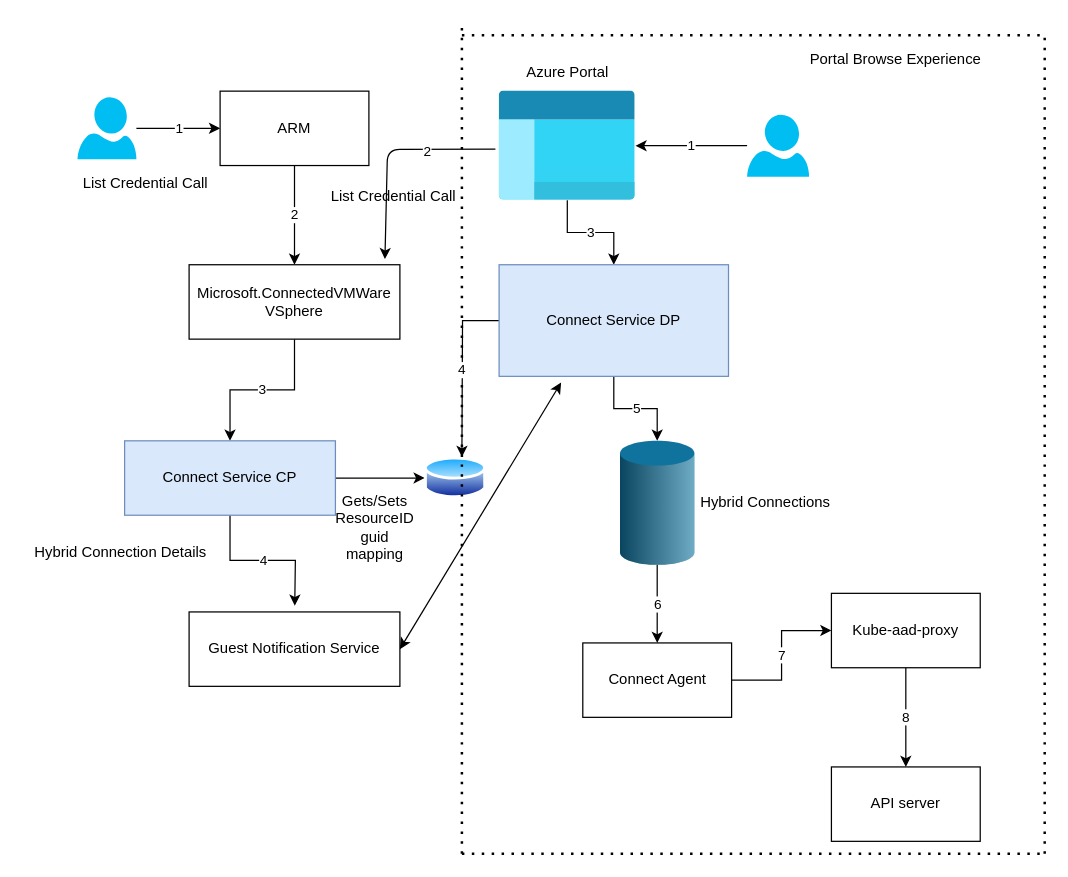
Above: Untitled Diagram.drawio in khandelwalbrijesh/RetentionScript (draw.io), before the change. Source tidied: cells renumbered, new cells numbered last; positions are measured from the earlier drawing's top-left corner, leaving out a move shared by most shapes. Both pictures are drawn from the tidied source at 124%, with x=0, y=0 at pixel (21, 22).
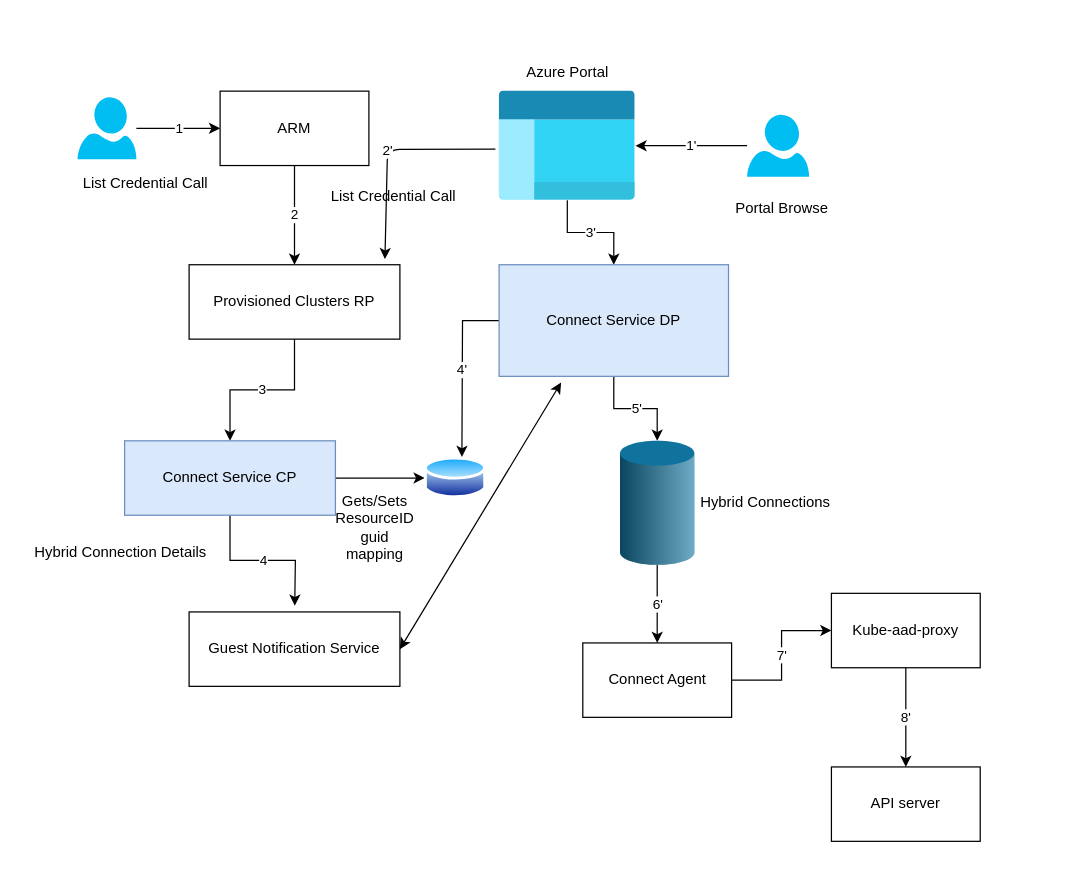
The same diagram, later.

The change refers to these unchanged cells:
```xml
<mxCell id="17" style="html=1;points=[];align=center;image;fontSize=12;image=img/lib/azure2/general/Management_Portal.svg;" parent="1" vertex="1">
  <mxGeometry x="385" y="55" width="110" height="88" as="geometry" />
</mxCell>
<mxCell id="19" style="verticalLabelPosition=bottom;html=1;verticalAlign=top;align=center;strokeColor=none;fillColor=#00BEF2;shape=mxgraph.azure.user;" parent="1" vertex="1">
  <mxGeometry x="585" y="74" width="50" height="50" as="geometry" />
</mxCell>
<mxCell id="30" value="Connect Service DP" style="rounded=0;whiteSpace=wrap;html=1;fillColor=#dae8fc;strokeColor=#6c8ebf;" parent="1" vertex="1">
  <mxGeometry x="385" y="195" width="185" height="90" as="geometry" />
</mxCell>
<mxCell id="32" style="verticalLabelPosition=bottom;verticalAlign=top;html=1;shape=mxgraph.infographic.cylinder;fillColor=#10739E;strokeColor=none;" parent="1" vertex="1">
  <mxGeometry x="482.5" y="337" width="60" height="100" as="geometry" />
</mxCell>
<mxCell id="35" value="Connect Agent" style="rounded=0;whiteSpace=wrap;html=1;" parent="1" vertex="1">
  <mxGeometry x="452.5" y="500" width="120" height="60" as="geometry" />
</mxCell>
<mxCell id="37" value="Kube-aad-proxy" style="rounded=0;whiteSpace=wrap;html=1;" parent="1" vertex="1">
  <mxGeometry x="653" y="460" width="120" height="60" as="geometry" />
</mxCell>
<mxCell id="38" value="API server" style="rounded=0;whiteSpace=wrap;html=1;" parent="1" vertex="1">
  <mxGeometry x="653" y="600" width="120" height="60" as="geometry" />
</mxCell>
```

What changed in the source:
```diff
@@
-    <mxCell id="7" value="Microsoft.ConnectedVMWare VSphere" style="rounded=0;whiteSpace=wrap;html=1;" parent="1" vertex="1">
+    <mxCell id="7" value="Provisioned Clusters RP" style="rounded=0;whiteSpace=wrap;html=1;" parent="1" vertex="1">
       <mxGeometry x="135" y="195" width="170" height="60" as="geometry" />
     </mxCell>
@@
-    <mxCell id="15" value="Portal Browse Experience" style="text;html=1;strokeColor=none;fillColor=none;align=center;verticalAlign=middle;whiteSpace=wrap;rounded=0;" parent="1" vertex="1">
-      <mxGeometry x="585" y="20" width="240" height="20" as="geometry" />
+    <mxCell id="15" value="Portal Browse&amp;nbsp;" style="text;html=1;strokeColor=none;fillColor=none;align=center;verticalAlign=middle;whiteSpace=wrap;rounded=0;" parent="1" vertex="1">
+      <mxGeometry x="495" y="140" width="240" height="20" as="geometry" />
     </mxCell>
-    <mxCell id="16" value="3" style="edgeStyle=orthogonalEdgeStyle;rounded=0;jettySize=auto;html=1;" parent="1" edge="1" source="17" target="30">
+    <mxCell id="16" value="3'" style="edgeStyle=orthogonalEdgeStyle;rounded=0;jettySize=auto;html=1;" parent="1" edge="1" source="17" target="30">
       <mxGeometry relative="1" as="geometry" />
     </mxCell>
@@
-    <mxCell id="18" value="1" style="edgeStyle=orthogonalEdgeStyle;rounded=0;jettySize=auto;html=1;" parent="1" edge="1" source="19" target="17">
+    <mxCell id="18" value="1'" style="edgeStyle=orthogonalEdgeStyle;rounded=0;jettySize=auto;html=1;" parent="1" edge="1" source="19" target="17">
       <mxGeometry relative="1" as="geometry" />
     </mxCell>
@@
-    <mxCell id="20" style="endArrow=classic;html=1;exitX=-0.027;exitY=0.532;exitDx=0;exitDy=0;exitPerimeter=0;entryX=0.929;entryY=-0.076;entryDx=0;entryDy=0;entryPerimeter=0;" parent="1" edge="1" source="17" target="7">
+    <mxCell id="20" value="2'" style="endArrow=classic;html=1;exitX=-0.027;exitY=0.532;exitDx=0;exitDy=0;exitPerimeter=0;entryX=0.929;entryY=-0.076;entryDx=0;entryDy=0;entryPerimeter=0;" parent="1" edge="1" source="17" target="7">
       <mxGeometry relative="1" as="geometry">
         <Array as="points">
           <mxPoint x="295" y="102" />
         </Array>
       </mxGeometry>
     </mxCell>
-    <mxCell id="21" value="2" style="edgeLabel;html=1;align=center;verticalAlign=middle;" parent="20" vertex="1">
-      <mxGeometry x="-0.36" y="2" relative="1" as="geometry" />
-    </mxCell>
@@
-    <mxCell id="24" style="endArrow=none;dashed=1;html=1;dashPattern=1 3;strokeWidth=2;" parent="1" edge="1">
-      <mxGeometry relative="1" as="geometry">
-        <mxPoint x="355" y="670" as="sourcePoint" />
-        <mxPoint x="355" as="targetPoint" />
-        <Array as="points">
-          <mxPoint x="355" y="95" />
-        </Array>
-      </mxGeometry>
-    </mxCell>
-    <mxCell id="25" style="endArrow=none;dashed=1;html=1;dashPattern=1 3;strokeWidth=2;" parent="1" edge="1">
-      <mxGeometry relative="1" as="geometry">
-        <mxPoint x="825" y="670" as="sourcePoint" />
-        <mxPoint x="825" y="10" as="targetPoint" />
-        <Array as="points">
-          <mxPoint x="825" y="95" />
-        </Array>
-      </mxGeometry>
-    </mxCell>
-    <mxCell id="26" style="endArrow=none;dashed=1;html=1;dashPattern=1 3;strokeWidth=2;fontStyle=1;" parent="1" edge="1">
-      <mxGeometry relative="1" as="geometry">
-        <mxPoint x="355" y="670" as="sourcePoint" />
-        <mxPoint x="825" y="670" as="targetPoint" />
-        <Array as="points">
-          <mxPoint x="675" y="670" />
-        </Array>
-      </mxGeometry>
-    </mxCell>
-    <mxCell id="27" style="endArrow=none;dashed=1;html=1;dashPattern=1 3;strokeWidth=2;fontStyle=1;" parent="1" edge="1">
-      <mxGeometry relative="1" as="geometry">
-        <mxPoint x="355" y="10" as="sourcePoint" />
-        <mxPoint x="825" y="10" as="targetPoint" />
-        <Array as="points">
-          <mxPoint x="495" y="10" />
-        </Array>
-      </mxGeometry>
-    </mxCell>
-    <mxCell id="28" value="5" style="edgeStyle=orthogonalEdgeStyle;rounded=0;jettySize=auto;html=1;exitX=0.5;exitY=1;exitDx=0;exitDy=0;entryX=0.5;entryY=0;entryDx=0;entryDy=0;entryPerimeter=0;" parent="1" edge="1" source="30" target="32">
+    <mxCell id="28" value="5'" style="edgeStyle=orthogonalEdgeStyle;rounded=0;jettySize=auto;html=1;exitX=0.5;exitY=1;exitDx=0;exitDy=0;entryX=0.5;entryY=0;entryDx=0;entryDy=0;entryPerimeter=0;" parent="1" edge="1" source="30" target="32">
       <mxGeometry relative="1" as="geometry" />
     </mxCell>
-    <mxCell id="29" value="4" style="edgeStyle=orthogonalEdgeStyle;rounded=0;jettySize=auto;html=1;exitX=0;exitY=0.5;exitDx=0;exitDy=0;" parent="1" edge="1" source="30">
+    <mxCell id="29" value="4'" style="edgeStyle=orthogonalEdgeStyle;rounded=0;jettySize=auto;html=1;exitX=0;exitY=0.5;exitDx=0;exitDy=0;" parent="1" edge="1" source="30">
       <mxGeometry relative="1" as="geometry">
         <mxPoint x="355" y="350" as="targetPoint" />
       </mxGeometry>
     </mxCell>
@@
-    <mxCell id="31" value="6" style="edgeStyle=orthogonalEdgeStyle;rounded=0;jettySize=auto;html=1;exitX=0.5;exitY=1;exitDx=0;exitDy=0;exitPerimeter=0;" parent="1" edge="1" source="32" target="35">
+    <mxCell id="31" value="6'" style="edgeStyle=orthogonalEdgeStyle;rounded=0;jettySize=auto;html=1;exitX=0.5;exitY=1;exitDx=0;exitDy=0;exitPerimeter=0;" parent="1" edge="1" source="32" target="35">
       <mxGeometry relative="1" as="geometry" />
     </mxCell>
@@
-    <mxCell id="34" value="7" style="edgeStyle=orthogonalEdgeStyle;rounded=0;jettySize=auto;html=1;" parent="1" edge="1" source="35" target="37">
+    <mxCell id="34" value="7'" style="edgeStyle=orthogonalEdgeStyle;rounded=0;jettySize=auto;html=1;" parent="1" edge="1" source="35" target="37">
       <mxGeometry relative="1" as="geometry" />
     </mxCell>
@@
-    <mxCell id="36" value="8" style="edgeStyle=orthogonalEdgeStyle;rounded=0;jettySize=auto;html=1;" parent="1" edge="1" source="37" target="38">
+    <mxCell id="36" value="8'" style="edgeStyle=orthogonalEdgeStyle;rounded=0;jettySize=auto;html=1;" parent="1" edge="1" source="37" target="38">
       <mxGeometry relative="1" as="geometry" />
     </mxCell>
```
